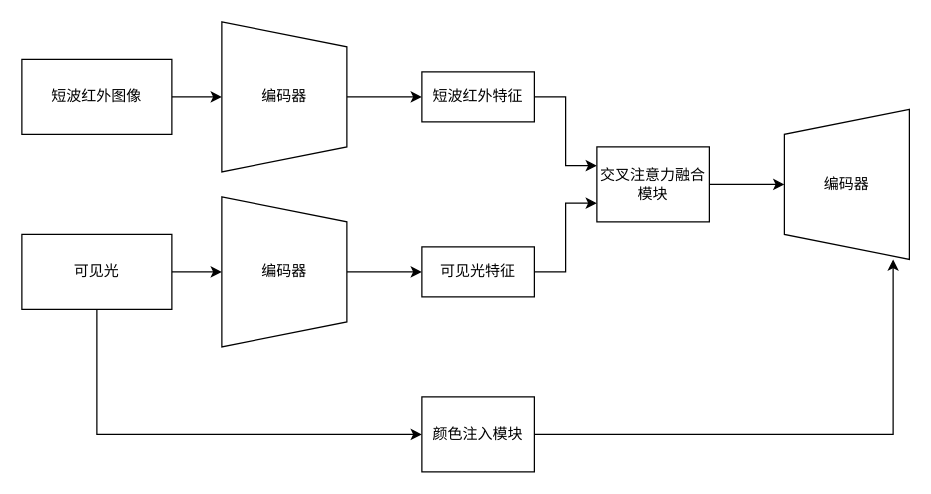
Before: 融合网络.drawio in moxuam/-, a draw.io diagram. Source tidied: cells renumbered, new cells numbered last; positions are measured from the earlier drawing's top-left corner, leaving out a move shared by most shapes. Both pictures are drawn from the tidied source at 125%, with x=0, y=0 at pixel (21, 21).
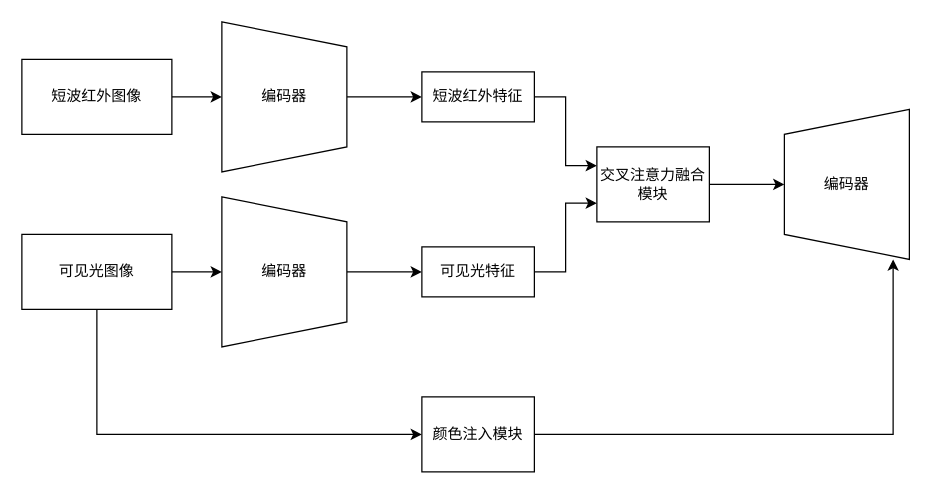
The same diagram, later.

Commit message:
更新融合网络.drawio

The edit, as a diff of the source:
```diff
@@
 <mxGraphModel>
   <root>
     <mxCell id="0" />
     <mxCell id="1" parent="0" />
     <mxCell id="2" style="edgeStyle=orthogonalEdgeStyle;rounded=0;jettySize=auto;html=1;entryX=0;entryY=0.5;entryDx=0;entryDy=0;" parent="1" edge="1" source="3" target="7">
       <mxGeometry relative="1" as="geometry" />
     </mxCell>
     <mxCell id="3" value="编码器" style="shape=trapezoid;perimeter=trapezoidPerimeter;whiteSpace=wrap;html=1;fixedSize=1;direction=south;" parent="1" vertex="1">
       <mxGeometry x="160" width="100" height="120" as="geometry" />
     </mxCell>
     <mxCell id="4" style="edgeStyle=orthogonalEdgeStyle;rounded=0;jettySize=auto;html=1;" parent="1" edge="1" source="5" target="9">
       <mxGeometry relative="1" as="geometry" />
     </mxCell>
     <mxCell id="5" value="编码器" style="shape=trapezoid;perimeter=trapezoidPerimeter;whiteSpace=wrap;html=1;fixedSize=1;direction=south;" parent="1" vertex="1">
       <mxGeometry x="160" y="140" width="100" height="120" as="geometry" />
     </mxCell>
     <mxCell id="6" style="edgeStyle=orthogonalEdgeStyle;rounded=0;jettySize=auto;html=1;entryX=0;entryY=0.25;entryDx=0;entryDy=0;" parent="1" edge="1" source="7" target="11">
       <mxGeometry relative="1" as="geometry" />
     </mxCell>
     <mxCell id="7" value="短波红外特征" style="rounded=0;whiteSpace=wrap;html=1;" parent="1" vertex="1">
       <mxGeometry x="320" y="40" width="90" height="40" as="geometry" />
     </mxCell>
     <mxCell id="8" style="edgeStyle=orthogonalEdgeStyle;rounded=0;jettySize=auto;html=1;entryX=0;entryY=0.75;entryDx=0;entryDy=0;" parent="1" edge="1" source="9" target="11">
       <mxGeometry relative="1" as="geometry" />
     </mxCell>
     <mxCell id="9" value="可见光特征" style="rounded=0;whiteSpace=wrap;html=1;" parent="1" vertex="1">
       <mxGeometry x="320" y="180" width="90" height="40" as="geometry" />
     </mxCell>
     <mxCell id="10" style="edgeStyle=orthogonalEdgeStyle;rounded=0;jettySize=auto;html=1;" parent="1" edge="1" source="11" target="12">
       <mxGeometry relative="1" as="geometry" />
     </mxCell>
     <mxCell id="11" value="交叉注意力融合模块" style="rounded=0;whiteSpace=wrap;html=1;" parent="1" vertex="1">
       <mxGeometry x="460" y="100" width="90" height="60" as="geometry" />
     </mxCell>
     <mxCell id="12" value="编码器" style="shape=trapezoid;perimeter=trapezoidPerimeter;whiteSpace=wrap;html=1;fixedSize=1;direction=south;flipH=1;" parent="1" vertex="1">
       <mxGeometry x="610" y="70" width="100" height="120" as="geometry" />
     </mxCell>
     <mxCell id="13" style="edgeStyle=orthogonalEdgeStyle;rounded=0;jettySize=auto;html=1;" parent="1" edge="1" source="14" target="3">
       <mxGeometry relative="1" as="geometry" />
     </mxCell>
     <mxCell id="14" value="短波红外图像" style="rounded=0;whiteSpace=wrap;html=1;" parent="1" vertex="1">
       <mxGeometry y="30" width="120" height="60" as="geometry" />
     </mxCell>
     <mxCell id="15" style="edgeStyle=orthogonalEdgeStyle;rounded=0;jettySize=auto;html=1;" parent="1" edge="1" source="17" target="5">
       <mxGeometry relative="1" as="geometry" />
     </mxCell>
     <mxCell id="16" style="edgeStyle=orthogonalEdgeStyle;rounded=0;jettySize=auto;html=1;entryX=0;entryY=0.5;entryDx=0;entryDy=0;exitX=0.5;exitY=1;exitDx=0;exitDy=0;" parent="1" edge="1" source="17" target="18">
       <mxGeometry relative="1" as="geometry" />
     </mxCell>
-    <mxCell id="17" value="可见光" style="rounded=0;whiteSpace=wrap;html=1;" parent="1" vertex="1">
+    <mxCell id="17" value="可见光图像" style="rounded=0;whiteSpace=wrap;html=1;" parent="1" vertex="1">
       <mxGeometry y="170" width="120" height="60" as="geometry" />
     </mxCell>
     <mxCell id="18" value="颜色注入模块" style="rounded=0;whiteSpace=wrap;html=1;" parent="1" vertex="1">
       <mxGeometry x="320" y="300" width="90" height="60" as="geometry" />
     </mxCell>
     <mxCell id="19" style="edgeStyle=orthogonalEdgeStyle;rounded=0;jettySize=auto;html=1;entryX=1;entryY=0.87;entryDx=0;entryDy=0;entryPerimeter=0;" parent="1" edge="1" source="18" target="12">
       <mxGeometry relative="1" as="geometry" />
     </mxCell>
   </root>
 </mxGraphModel>
```
